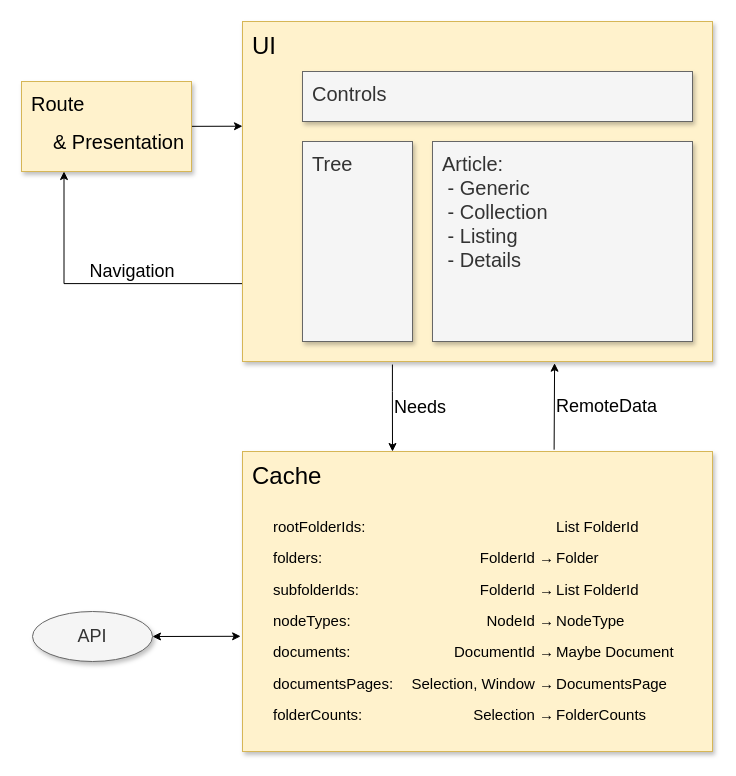
Before: doc/architecture.drawio in ThomasWeiser/mediatum-view, a draw.io diagram. Source tidied: cells renumbered, new cells numbered last; positions are measured from the earlier drawing's top-left corner, leaving out a move shared by most shapes. Both pictures are drawn from the tidied source at 100%, with x=0, y=0 at pixel (21, 21).
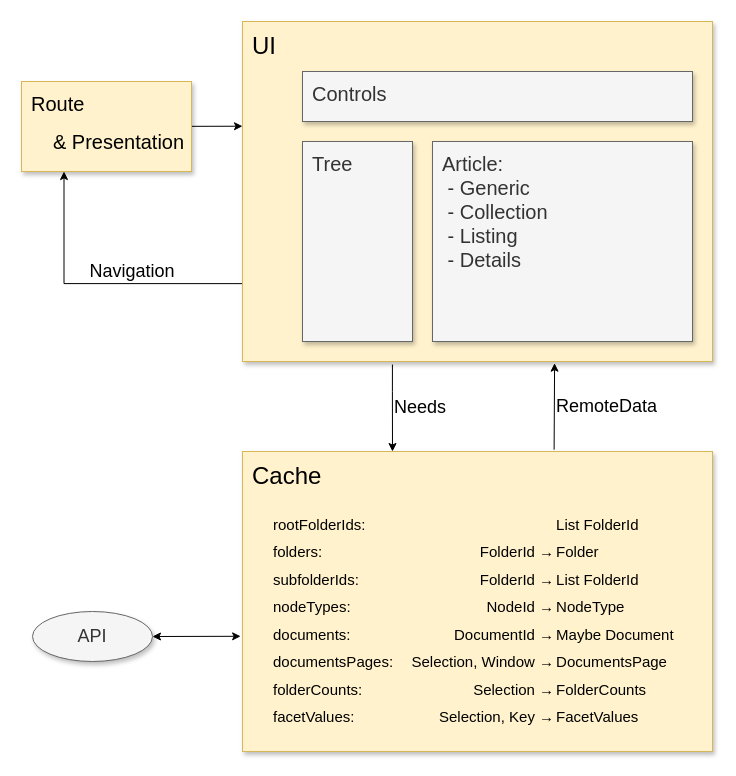
The same page after the edit.

Commit message (it also covers changes not shown here):
Update diagram to show new cache field

What changed in the source:
```diff
@@
 <mxGraphModel>
   <root>
     <mxCell id="0" />
     <mxCell id="1" parent="0" />
     <mxCell id="2" value="Cache" style="rounded=0;whiteSpace=wrap;html=1;fontSize=24;verticalAlign=top;fillColor=#fff2cc;align=left;spacingLeft=8;spacingTop=4;strokeColor=#d6b656;shadow=1;" parent="1" vertex="1">
       <mxGeometry x="221" y="430" width="470" height="300" as="geometry" />
     </mxCell>
     <mxCell id="3" value="Needs" style="edgeStyle=orthogonalEdgeStyle;rounded=0;comic=0;jettySize=auto;exitX=0.319;exitY=1.009;exitDx=0;exitDy=0;shadow=0;strokeColor=#000000;fontSize=18;exitPerimeter=0;align=left;labelBackgroundColor=none;html=1;" parent="1" edge="1" source="5">
       <mxGeometry relative="1" as="geometry">
         <mxPoint x="371" y="430" as="targetPoint" />
         <Array as="points">
           <mxPoint x="371" y="370" />
           <mxPoint x="371" y="370" />
         </Array>
       </mxGeometry>
     </mxCell>
     <mxCell id="4" style="edgeStyle=orthogonalEdgeStyle;rounded=0;comic=0;jettySize=auto;html=1;entryX=0.25;entryY=1;entryDx=0;entryDy=0;shadow=0;labelBackgroundColor=none;strokeColor=#000000;fontSize=20;align=left;exitX=-0.001;exitY=0.771;exitDx=0;exitDy=0;exitPerimeter=0;" parent="1" edge="1" source="5" target="11">
       <mxGeometry relative="1" as="geometry" />
     </mxCell>
     <mxCell id="5" value="UI" style="rounded=0;whiteSpace=wrap;html=1;fontSize=24;verticalAlign=top;fillColor=#fff2cc;align=left;spacingLeft=8;spacingTop=4;strokeColor=#d6b656;shadow=1;" parent="1" vertex="1">
       <mxGeometry x="221" width="470" height="340" as="geometry" />
     </mxCell>
     <mxCell id="6" value="Controls" style="rounded=0;whiteSpace=wrap;html=1;fontSize=20;verticalAlign=top;align=left;spacingLeft=8;spacingTop=4;fillColor=#f5f5f5;strokeColor=#666666;fontColor=#333333;shadow=1;comic=0;" parent="1" vertex="1">
       <mxGeometry x="281" y="50" width="390" height="50" as="geometry" />
     </mxCell>
     <mxCell id="7" value="Tree" style="rounded=0;whiteSpace=wrap;html=1;fontSize=20;verticalAlign=top;align=left;spacingLeft=8;spacingTop=4;fillColor=#f5f5f5;strokeColor=#666666;fontColor=#333333;comic=0;shadow=1;" parent="1" vertex="1">
       <mxGeometry x="281" y="120" width="110" height="200" as="geometry" />
     </mxCell>
     <mxCell id="8" value="Article:&lt;br&gt;&amp;nbsp;- Generic&lt;br&gt;&amp;nbsp;- Collection&lt;br&gt;&amp;nbsp;- Listing&lt;br&gt;&amp;nbsp;- Details" style="rounded=0;whiteSpace=wrap;html=1;fontSize=20;verticalAlign=top;align=left;spacingLeft=8;spacingTop=4;fillColor=#f5f5f5;strokeColor=#666666;fontColor=#333333;glass=0;comic=0;shadow=1;" parent="1" vertex="1">
       <mxGeometry x="411" y="120" width="260" height="200" as="geometry" />
     </mxCell>
     <mxCell id="9" value="RemoteData" style="rounded=0;comic=0;jettySize=auto;html=1;exitX=0.663;exitY=-0.006;exitDx=0;exitDy=0;entryX=0.664;entryY=1.005;entryDx=0;entryDy=0;shadow=0;strokeColor=#000000;fontSize=18;align=left;labelPosition=right;verticalLabelPosition=middle;verticalAlign=middle;labelBackgroundColor=none;entryPerimeter=0;exitPerimeter=0;" parent="1" edge="1" source="2" target="5">
       <mxGeometry relative="1" as="geometry" />
     </mxCell>
     <mxCell id="10" style="rounded=0;comic=0;jettySize=auto;html=1;entryX=0;entryY=0.308;entryDx=0;entryDy=0;entryPerimeter=0;shadow=0;labelBackgroundColor=none;strokeColor=#000000;fontSize=20;align=left;" parent="1" edge="1" source="11" target="5">
       <mxGeometry relative="1" as="geometry" />
     </mxCell>
     <mxCell id="11" value="Route" style="rounded=0;whiteSpace=wrap;html=1;fontSize=20;verticalAlign=top;fillColor=#fff2cc;align=left;spacingLeft=8;spacingTop=4;strokeColor=#d6b656;shadow=1;" parent="1" vertex="1">
       <mxGeometry y="60" width="170" height="90" as="geometry" />
     </mxCell>
     <mxCell id="12" value="&amp;amp; Presentation" style="text;html=1;strokeColor=none;fillColor=none;align=center;verticalAlign=middle;whiteSpace=wrap;rounded=0;shadow=0;labelBackgroundColor=none;fontSize=20;" parent="1" vertex="1">
       <mxGeometry x="30" y="110" width="135" height="20" as="geometry" />
     </mxCell>
     <mxCell id="13" value="Navigation" style="text;html=1;strokeColor=none;fillColor=none;align=center;verticalAlign=middle;whiteSpace=wrap;rounded=0;shadow=0;labelBackgroundColor=none;fontSize=18;" parent="1" vertex="1">
       <mxGeometry x="61" y="240" width="100" height="20" as="geometry" />
     </mxCell>
     <mxCell id="14" value="API" style="ellipse;whiteSpace=wrap;html=1;shadow=1;labelBackgroundColor=none;strokeColor=#666666;fillColor=#f5f5f5;fontSize=18;align=center;fontColor=#333333;" parent="1" vertex="1">
       <mxGeometry x="11" y="590" width="120" height="50" as="geometry" />
     </mxCell>
-    <mxCell id="15" value="&lt;table border=&quot;0&quot; width=&quot;100%&quot; style=&quot;width: 100%; height: 100%; border-collapse: collapse; font-size: 15px;&quot;&gt;&lt;tbody style=&quot;font-size: 15px;&quot;&gt;&lt;tr style=&quot;font-size: 15px;&quot;&gt;&lt;td align=&quot;center&quot; style=&quot;text-align: left; font-size: 15px;&quot;&gt;rootFolderIds:&lt;/td&gt;&lt;td align=&quot;center&quot; style=&quot;font-size: 15px;&quot;&gt;&lt;br style=&quot;font-size: 15px;&quot;&gt;&lt;/td&gt;&lt;td align=&quot;center&quot; style=&quot;text-align: left; font-size: 15px;&quot;&gt;List FolderId&lt;/td&gt;&lt;/tr&gt;&lt;tr style=&quot;font-size: 15px;&quot;&gt;&lt;td align=&quot;center&quot; style=&quot;text-align: left; font-size: 15px;&quot;&gt;folders:&lt;/td&gt;&lt;td align=&quot;center&quot; style=&quot;text-align: right; font-size: 15px;&quot;&gt;FolderId →&lt;/td&gt;&lt;td align=&quot;center&quot; style=&quot;text-align: left; font-size: 15px;&quot;&gt;Folder&lt;/td&gt;&lt;/tr&gt;&lt;tr style=&quot;font-size: 15px;&quot;&gt;&lt;td align=&quot;center&quot; style=&quot;text-align: left; font-size: 15px;&quot;&gt;subfolderIds:&lt;/td&gt;&lt;td align=&quot;center&quot; style=&quot;text-align: right; font-size: 15px;&quot;&gt;FolderId&amp;nbsp;→&lt;br style=&quot;font-size: 15px;&quot;&gt;&lt;/td&gt;&lt;td align=&quot;center&quot; style=&quot;text-align: left; font-size: 15px;&quot;&gt;List FolderId&lt;/td&gt;&lt;/tr&gt;&lt;tr style=&quot;font-size: 15px;&quot;&gt;&lt;td style=&quot;font-size: 15px;&quot;&gt;nodeTypes:&lt;/td&gt;&lt;td style=&quot;text-align: right; font-size: 15px;&quot;&gt;NodeId →&lt;/td&gt;&lt;td style=&quot;font-size: 15px;&quot;&gt;NodeType&lt;/td&gt;&lt;/tr&gt;&lt;tr style=&quot;font-size: 15px;&quot;&gt;&lt;td style=&quot;font-size: 15px;&quot;&gt;documents:&lt;/td&gt;&lt;td style=&quot;text-align: right; font-size: 15px;&quot;&gt;DocumentId →&lt;/td&gt;&lt;td style=&quot;font-size: 15px;&quot;&gt;Maybe Document&lt;/td&gt;&lt;/tr&gt;&lt;tr style=&quot;font-size: 15px;&quot;&gt;&lt;td style=&quot;font-size: 15px;&quot;&gt;documentsPages:&lt;/td&gt;&lt;td style=&quot;text-align: right; font-size: 15px;&quot;&gt;Selection, Window →&lt;/td&gt;&lt;td style=&quot;font-size: 15px;&quot;&gt;DocumentsPage&lt;/td&gt;&lt;/tr&gt;&lt;tr style=&quot;font-size: 15px;&quot;&gt;&lt;td style=&quot;font-size: 15px;&quot;&gt;folderCounts:&lt;/td&gt;&lt;td style=&quot;text-align: right; font-size: 15px;&quot;&gt;Selection →&lt;/td&gt;&lt;td style=&quot;font-size: 15px;&quot;&gt;FolderCounts&lt;/td&gt;&lt;/tr&gt;&lt;/tbody&gt;&lt;/table&gt;" style="text;html=1;strokeColor=none;fillColor=none;overflow=fill;fontSize=15;" parent="1" vertex="1">
+    <mxCell id="15" value="&lt;table border=&quot;0&quot; width=&quot;100%&quot; style=&quot;width: 100% ; height: 100% ; border-collapse: collapse ; font-size: 15px&quot;&gt;&lt;tbody style=&quot;font-size: 15px&quot;&gt;&lt;tr style=&quot;font-size: 15px&quot;&gt;&lt;td align=&quot;center&quot; style=&quot;text-align: left ; font-size: 15px&quot;&gt;rootFolderIds:&lt;/td&gt;&lt;td align=&quot;center&quot; style=&quot;font-size: 15px&quot;&gt;&lt;br style=&quot;font-size: 15px&quot;&gt;&lt;/td&gt;&lt;td align=&quot;center&quot; style=&quot;text-align: left ; font-size: 15px&quot;&gt;List FolderId&lt;/td&gt;&lt;/tr&gt;&lt;tr style=&quot;font-size: 15px&quot;&gt;&lt;td align=&quot;center&quot; style=&quot;text-align: left ; font-size: 15px&quot;&gt;folders:&lt;/td&gt;&lt;td align=&quot;center&quot; style=&quot;text-align: right ; font-size: 15px&quot;&gt;FolderId →&lt;/td&gt;&lt;td align=&quot;center&quot; style=&quot;text-align: left ; font-size: 15px&quot;&gt;Folder&lt;/td&gt;&lt;/tr&gt;&lt;tr style=&quot;font-size: 15px&quot;&gt;&lt;td align=&quot;center&quot; style=&quot;text-align: left ; font-size: 15px&quot;&gt;subfolderIds:&lt;/td&gt;&lt;td align=&quot;center&quot; style=&quot;text-align: right ; font-size: 15px&quot;&gt;FolderId&amp;nbsp;→&lt;br style=&quot;font-size: 15px&quot;&gt;&lt;/td&gt;&lt;td align=&quot;center&quot; style=&quot;text-align: left ; font-size: 15px&quot;&gt;List FolderId&lt;/td&gt;&lt;/tr&gt;&lt;tr style=&quot;font-size: 15px&quot;&gt;&lt;td style=&quot;font-size: 15px&quot;&gt;nodeTypes:&lt;/td&gt;&lt;td style=&quot;text-align: right ; font-size: 15px&quot;&gt;NodeId →&lt;/td&gt;&lt;td style=&quot;font-size: 15px&quot;&gt;NodeType&lt;/td&gt;&lt;/tr&gt;&lt;tr style=&quot;font-size: 15px&quot;&gt;&lt;td style=&quot;font-size: 15px&quot;&gt;documents:&lt;/td&gt;&lt;td style=&quot;text-align: right ; font-size: 15px&quot;&gt;DocumentId →&lt;/td&gt;&lt;td style=&quot;font-size: 15px&quot;&gt;Maybe Document&lt;/td&gt;&lt;/tr&gt;&lt;tr style=&quot;font-size: 15px&quot;&gt;&lt;td style=&quot;font-size: 15px&quot;&gt;documentsPages:&lt;/td&gt;&lt;td style=&quot;text-align: right ; font-size: 15px&quot;&gt;Selection, Window →&lt;/td&gt;&lt;td style=&quot;font-size: 15px&quot;&gt;DocumentsPage&lt;/td&gt;&lt;/tr&gt;&lt;tr style=&quot;font-size: 15px&quot;&gt;&lt;td style=&quot;font-size: 15px&quot;&gt;folderCounts:&lt;/td&gt;&lt;td style=&quot;text-align: right ; font-size: 15px&quot;&gt;Selection →&lt;/td&gt;&lt;td style=&quot;font-size: 15px&quot;&gt;FolderCounts&lt;br&gt;&lt;/td&gt;&lt;/tr&gt;&lt;tr&gt;&lt;td&gt;facetValues:&lt;/td&gt;&lt;td style=&quot;text-align: right&quot;&gt;Selection, Key →&lt;br&gt;&lt;/td&gt;&lt;td&gt;FacetValues&lt;/td&gt;&lt;/tr&gt;&lt;/tbody&gt;&lt;/table&gt;" style="text;html=1;strokeColor=none;fillColor=none;overflow=fill;fontSize=15;" parent="1" vertex="1">
       <mxGeometry x="251" y="490" width="410" height="220" as="geometry" />
     </mxCell>
     <mxCell id="16" style="rounded=0;comic=0;jettySize=auto;html=1;entryX=-0.004;entryY=0.616;entryDx=0;entryDy=0;entryPerimeter=0;shadow=0;labelBackgroundColor=none;strokeColor=#000000;fontSize=18;align=left;startArrow=classic;startFill=1;" parent="1" edge="1" source="14" target="2">
       <mxGeometry relative="1" as="geometry" />
     </mxCell>
   </root>
 </mxGraphModel>
```
